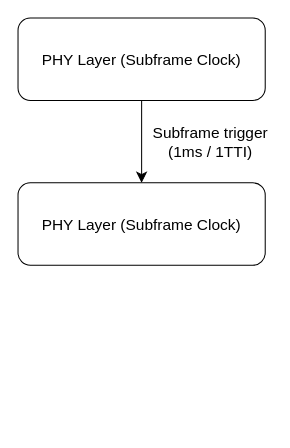
This is OAI-Flow.drawio from Graduation-Project-VHT/Diagrams, a draw.io file, before an edit. Source tidied: cells renumbered, new cells numbered last; positions are measured from the earlier drawing's top-left corner, leaving out a move shared by most shapes. Both pictures are drawn from the tidied source at 103%, with x=0, y=0 at pixel (18, 18).
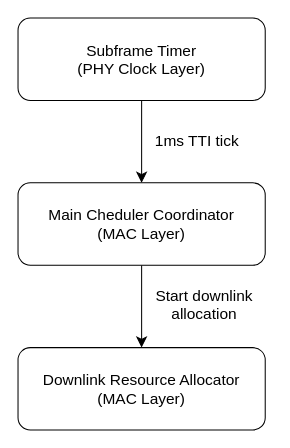
The same page after the edit.

Change to the diagram source:
```diff
@@
 <mxGraphModel>
   <root>
     <mxCell id="0" />
     <mxCell id="1" parent="0" />
     <mxCell id="2" style="edgeStyle=none;curved=1;rounded=0;jettySize=auto;html=1;fontSize=12;startSize=8;endSize=8;" parent="1" edge="1" source="3" target="4">
       <mxGeometry relative="1" as="geometry" />
     </mxCell>
-    <mxCell id="3" value="PHY Layer (Subframe Clock)" style="rounded=1;whiteSpace=wrap;html=1;fontSize=15;" parent="1" vertex="1">
+    <mxCell id="3" value="Subframe Timer&lt;div&gt;(PHY Clock Layer)&lt;/div&gt;" style="rounded=1;whiteSpace=wrap;html=1;fontSize=15;" parent="1" vertex="1">
       <mxGeometry width="240" height="80" as="geometry" />
     </mxCell>
+    <mxCell id="6" style="edgeStyle=none;curved=1;rounded=0;jettySize=auto;html=1;fontSize=12;startSize=8;endSize=8;" parent="1" edge="1" source="4" target="7">
+      <mxGeometry relative="1" as="geometry" />
+    </mxCell>
-    <mxCell id="4" value="PHY Layer (Subframe Clock)" style="rounded=1;whiteSpace=wrap;html=1;fontSize=15;" parent="1" vertex="1">
+    <mxCell id="4" value="Main Cheduler Coordinator&lt;div&gt;(MAC Layer)&lt;/div&gt;" style="rounded=1;whiteSpace=wrap;html=1;fontSize=15;" parent="1" vertex="1">
       <mxGeometry y="160" width="240" height="80" as="geometry" />
     </mxCell>
-    <mxCell id="5" value="Subframe trigger&lt;div&gt;(1ms / 1TTI)&lt;/div&gt;" style="text;html=1;whiteSpace=wrap;strokeColor=none;fillColor=none;align=center;verticalAlign=middle;rounded=0;fontSize=15;" parent="1" vertex="1">
-      <mxGeometry x="127" y="105" width="120" height="30" as="geometry" />
+    <mxCell id="5" value="1ms TTI tick" style="text;html=1;whiteSpace=wrap;strokeColor=none;fillColor=none;align=center;verticalAlign=middle;rounded=0;fontSize=15;" parent="1" vertex="1">
+      <mxGeometry x="114" y="104" width="120" height="30" as="geometry" />
     </mxCell>
+    <mxCell id="7" value="Downlink Resource Allocator&lt;br&gt;(MAC Layer)" style="rounded=1;whiteSpace=wrap;html=1;fontSize=15;" parent="1" vertex="1">
+      <mxGeometry y="320" width="240" height="80" as="geometry" />
+    </mxCell>
+    <mxCell id="8" value="Start downlink allocation" style="text;html=1;whiteSpace=wrap;strokeColor=none;fillColor=none;align=center;verticalAlign=middle;rounded=0;fontSize=15;" parent="1" vertex="1">
+      <mxGeometry x="121" y="263" width="120" height="30" as="geometry" />
+    </mxCell>
   </root>
 </mxGraphModel>
```
